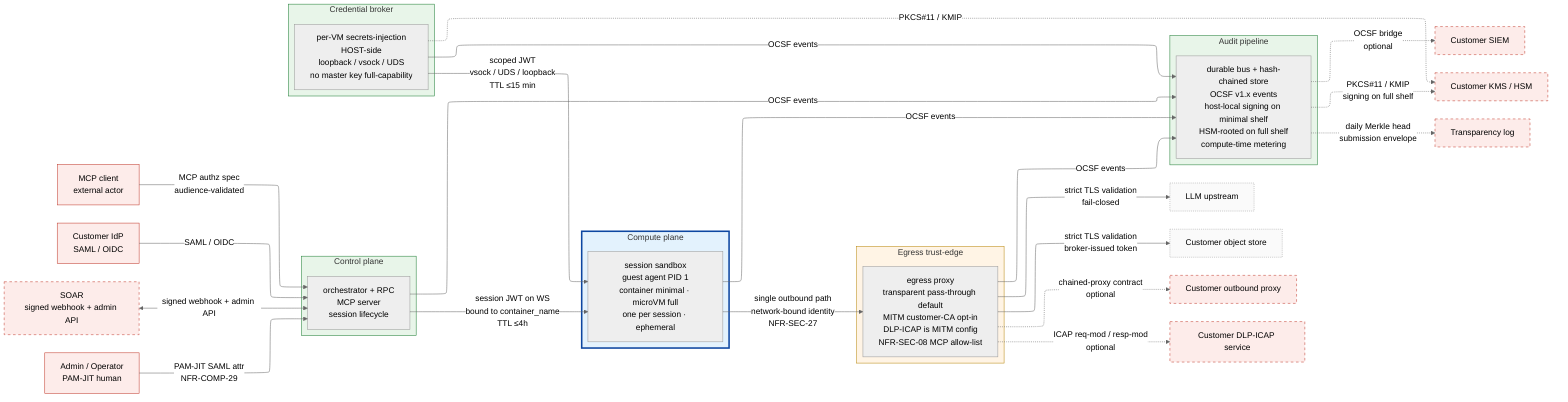
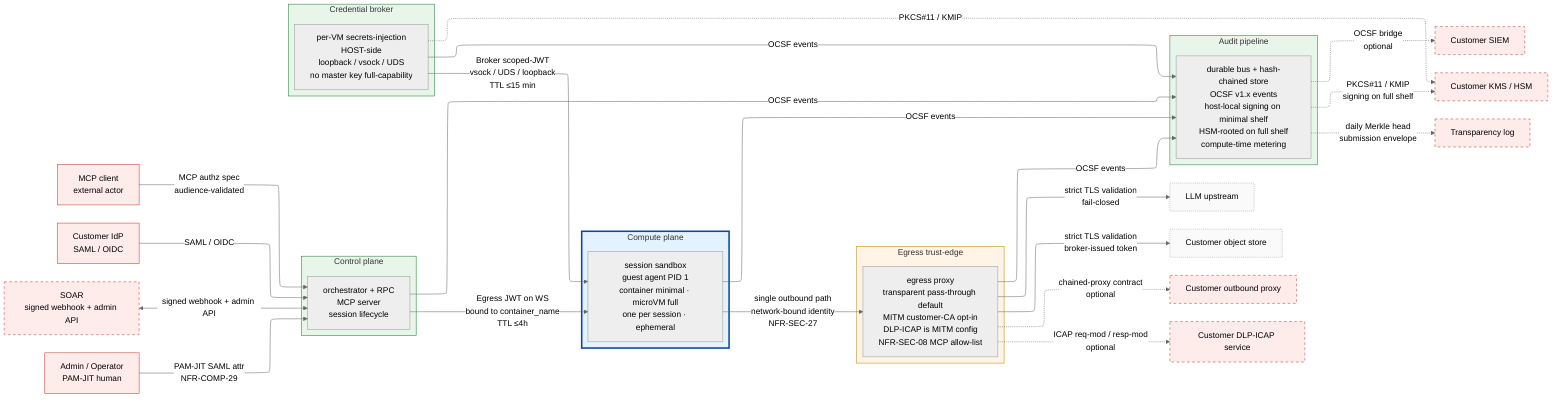
%% SPDX-License-Identifier: FSL-1.1-Apache-2.0
%% Copyright (c) 2025 Open Computer Use Contributors
%% Canonical Layer 3 trust-zone diagram. Referenced from docs/architecture/02-trust-boundaries.md §5.
%% Convention: solid subgraph border = always present; dashed border = optional configuration.
%% Palette per DoD ZTRA: red untrusted / amber semi-trusted / green trusted / blue isolated.

%%{init: {"flowchart": {"defaultRenderer": "elk"}, "theme": "neutral"} }%%
flowchart LR

    %% ─── external actors (untrusted; rendered as plain nodes, not subgraphs) ───
    MCPC[MCP client<br/>external actor]:::ext
    IDP[Customer IdP<br/>SAML / OIDC]:::ext
    LLM[LLM upstream]:::endpoint
    OBJ[Customer object store]:::endpoint
    CPROXY[Customer outbound proxy]:::extOpt
    ICAP[Customer DLP-ICAP service]:::extOpt
    SIEM[Customer SIEM]:::extOpt
    KMS[Customer KMS / HSM]:::extOpt
    SOAR[SOAR<br/>signed webhook + admin API]:::extOpt
    OPER[Admin / Operator<br/>PAM-JIT human]:::ext
    TLOG[Transparency log]:::extOpt

    %% ─── our zones ───
    subgraph CP[Control plane]
        ORCH[orchestrator + RPC<br/>MCP server<br/>session lifecycle]
    end

    subgraph BROKER[Credential broker]
        BR[per-VM secrets-injection<br/>HOST-side<br/>loopback / vsock / UDS<br/>no master key full-capability]
    end

    subgraph COMPUTE[Compute plane]
        VM[session sandbox<br/>guest agent PID 1<br/>container minimal · microVM full<br/>one per session · ephemeral]
    end

    subgraph EDGE[Egress trust-edge]
        PROXY[egress proxy<br/>transparent pass-through default<br/>MITM customer-CA opt-in<br/>DLP-ICAP is MITM config<br/>NFR-SEC-08 MCP allow-list]
    end

    subgraph AUDIT[Audit pipeline]
        BUS[durable bus + hash-chained store<br/>OCSF v1.x events<br/>host-local signing on minimal shelf<br/>HSM-rooted on full shelf<br/>compute-time metering]
    end

    %% ─── inbound edges ───
    MCPC -->|"MCP authz spec<br/>audience-validated"| ORCH
    IDP -->|SAML / OIDC| ORCH
    OPER -->|PAM-JIT SAML attr<br/>NFR-COMP-29| ORCH
    SOAR <-->|signed webhook + admin API| ORCH

    %% ─── internal edges (encrypted in transit; NFR-SEC-37) ───
-     ORCH -->|"session JWT on WS<br/>bound to container_name<br/>TTL ≤4h"| VM
-     BR -->|"scoped JWT<br/>vsock / UDS / loopback<br/>TTL ≤15 min"| VM
+     ORCH -->|"Egress JWT on WS<br/>bound to container_name<br/>TTL ≤4h"| VM
+     BR -->|"Broker scoped-JWT<br/>vsock / UDS / loopback<br/>TTL ≤15 min"| VM

    %% ─── egress edges ───
    VM -->|"single outbound path<br/>network-bound identity<br/>NFR-SEC-27"| PROXY
    PROXY -->|"strict TLS validation<br/>fail-closed"| LLM
    PROXY -->|"strict TLS validation<br/>broker-issued token"| OBJ
    PROXY -.->|"chained-proxy contract<br/>optional"| CPROXY
    PROXY -.->|"ICAP req-mod / resp-mod<br/>optional"| ICAP

    %% ─── audit edges (every named zone emits OCSF events) ───
    ORCH -->|OCSF events| BUS
    BR -->|OCSF events| BUS
    VM -->|OCSF events| BUS
    PROXY -->|OCSF events| BUS

    %% ─── audit egress ───
    BUS -.->|"OCSF bridge<br/>optional"| SIEM
    BUS -.->|"daily Merkle head<br/>submission envelope"| TLOG

    %% ─── KMS path (optional, full-capability shelf only) ───
    BR -.->|"PKCS#11 / KMIP"| KMS
    BUS -.->|"PKCS#11 / KMIP<br/>signing on full shelf"| KMS

    %% ─── styling (DoD ZTRA palette) ───
    classDef ext fill:#fdecea,stroke:#c0392b,stroke-width:1px;
    classDef extOpt fill:#fdecea,stroke:#c0392b,stroke-dasharray: 5 5;
    classDef endpoint fill:#fafafa,stroke:#9e9e9e,stroke-dasharray: 2 2;
    style CP fill:#e8f5e9,stroke:#1e7e34,stroke-width:1px;
    style BROKER fill:#e8f5e9,stroke:#1e7e34,stroke-width:1px;
    style COMPUTE fill:#e3f2fd,stroke:#0d47a1,stroke-width:3px;
    style EDGE fill:#fff4e5,stroke:#b8860b,stroke-width:1px;
    style AUDIT fill:#e8f5e9,stroke:#1e7e34,stroke-width:1px;
